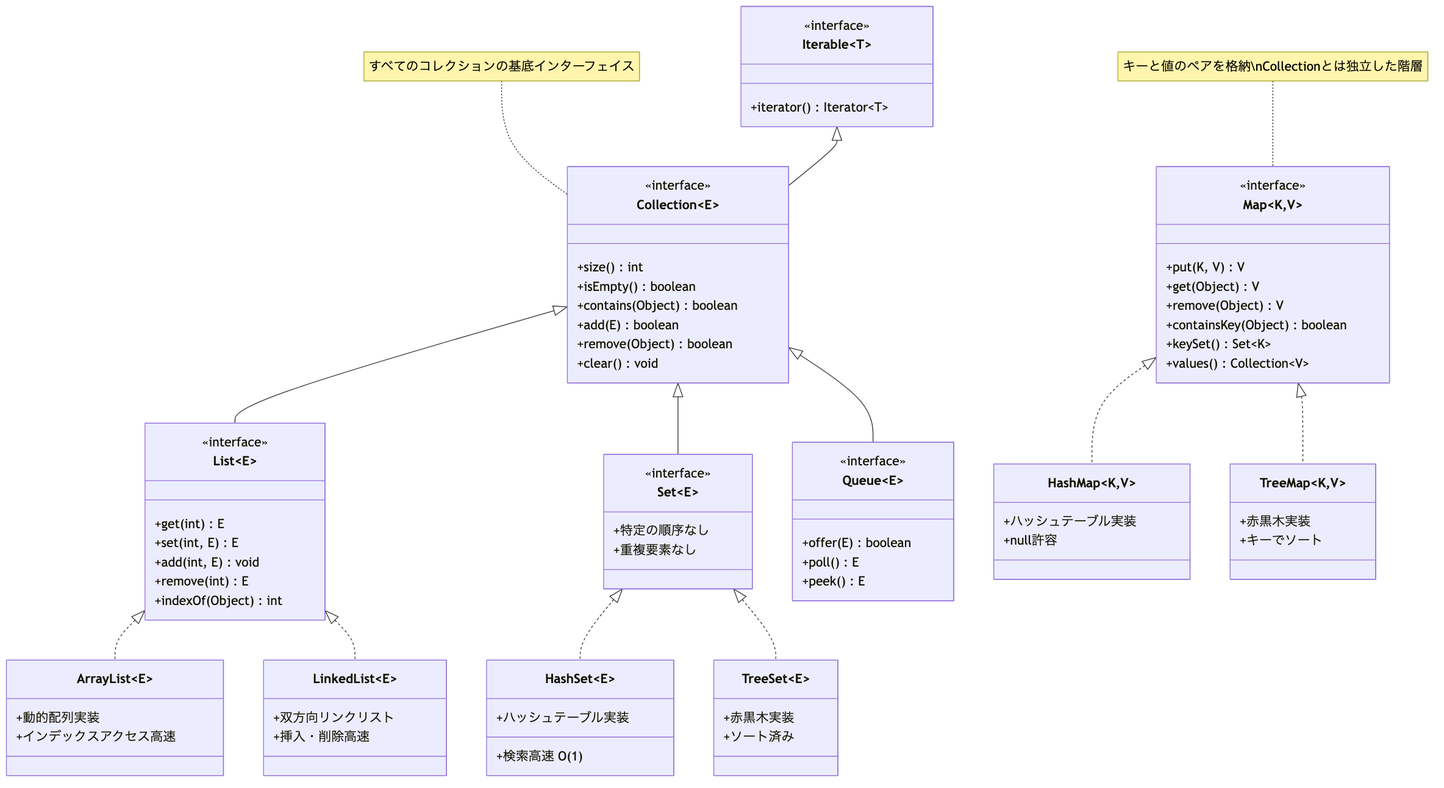
The Mermaid diagram manuscripts/images/diagrams/chapter09-collection-hierarchy.png in Nagatani/techbook-java-primer, before a commit. Its source is kept beside it as docs/diagrams/chapter09-collection-hierarchy.mmd. The source it was exported from:
```mermaid
classDiagram
    class Iterable~T~ {
        <<interface>>
        +iterator() Iterator~T~
    }

    class Collection~E~ {
        <<interface>>
        +size() int
        +isEmpty() boolean
        +contains(Object) boolean
        +add(E) boolean
        +remove(Object) boolean
        +clear() void
    }

    class List~E~ {
        <<interface>>
        +get(int) E
        +set(int, E) E
        +add(int, E) void
        +remove(int) E
        +indexOf(Object) int
    }

    class Set~E~ {
        <<interface>>
        +特定の順序なし
        +重複要素なし
    }

    class Queue~E~ {
        <<interface>>
        +offer(E) boolean
        +poll() E
        +peek() E
    }

    class Map~K,V~ {
        <<interface>>
        +put(K, V) V
        +get(Object) V
        +remove(Object) V
        +containsKey(Object) boolean
        +keySet() Set~K~
        +values() Collection~V~
    }

    class ArrayList~E~ {
        +動的配列実装
        +インデックスアクセス高速
    }

    class LinkedList~E~ {
        +双方向リンクリスト
        +挿入・削除高速
    }

    class HashSet~E~ {
        +ハッシュテーブル実装
        +検索高速 O(1)
    }

    class TreeSet~E~ {
        +赤黒木実装
        +ソート済み
    }

    class HashMap~K,V~ {
        +ハッシュテーブル実装
        +null許容
    }

    class TreeMap~K,V~ {
        +赤黒木実装
        +キーでソート
    }

    Iterable <|-- Collection
    Collection <|-- List
    Collection <|-- Set
    Collection <|-- Queue
    List <|.. ArrayList
    List <|.. LinkedList
    Set <|.. HashSet
    Set <|.. TreeSet
    Map <|.. HashMap
    Map <|.. TreeMap

    note for Collection "すべてのコレクションの基底インターフェイス"
    note for Map "キーと値のペアを格納\nCollectionとは独立した階層"
```
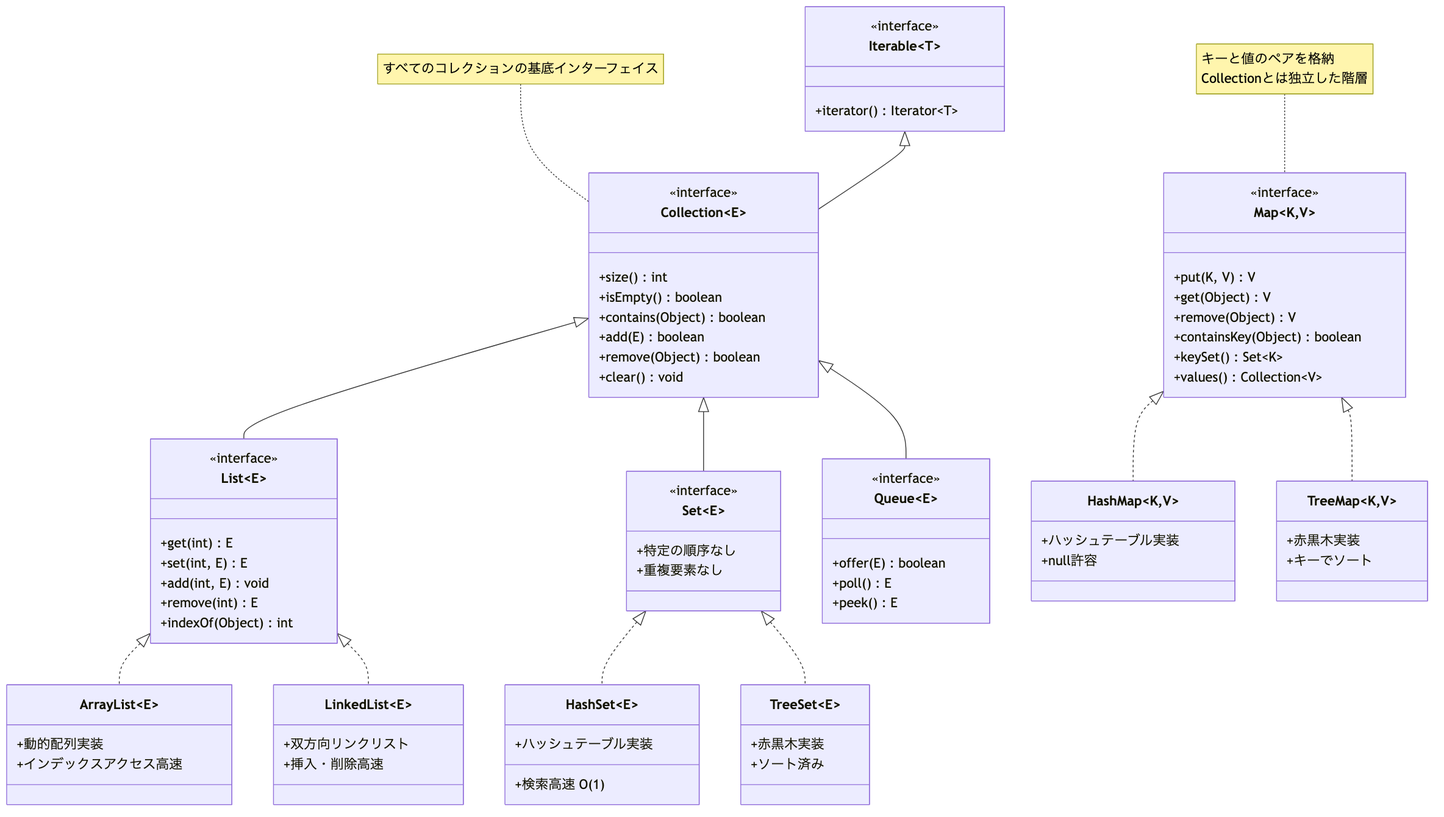
After the change.

Change to the diagram source:
```diff
@@ -88,4 +88,4 @@
     Map <|.. TreeMap
 
     note for Collection "すべてのコレクションの基底インターフェイス"
-    note for Map "キーと値のペアを格納\nCollectionとは独立した階層"
+    note for Map "キーと値のペアを格納<br/>Collectionとは独立した階層"
```
